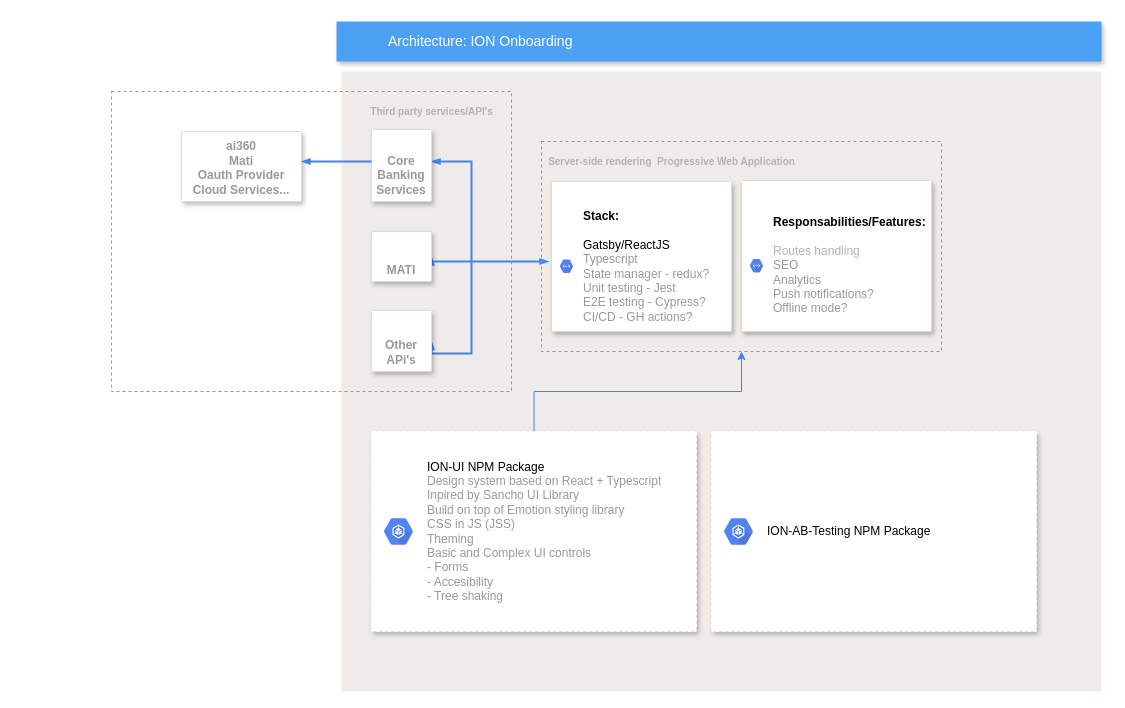
This is src/ION Onboarding Architecture.drawio from axnotliztac10/baraton-store, a draw.io file, before an edit. Source tidied: cells renumbered, new cells numbered last; positions are measured from the earlier drawing's top-left corner, leaving out a move shared by most shapes. Both pictures are drawn from the tidied source at 100%, with x=0, y=0 at pixel (111, 21).
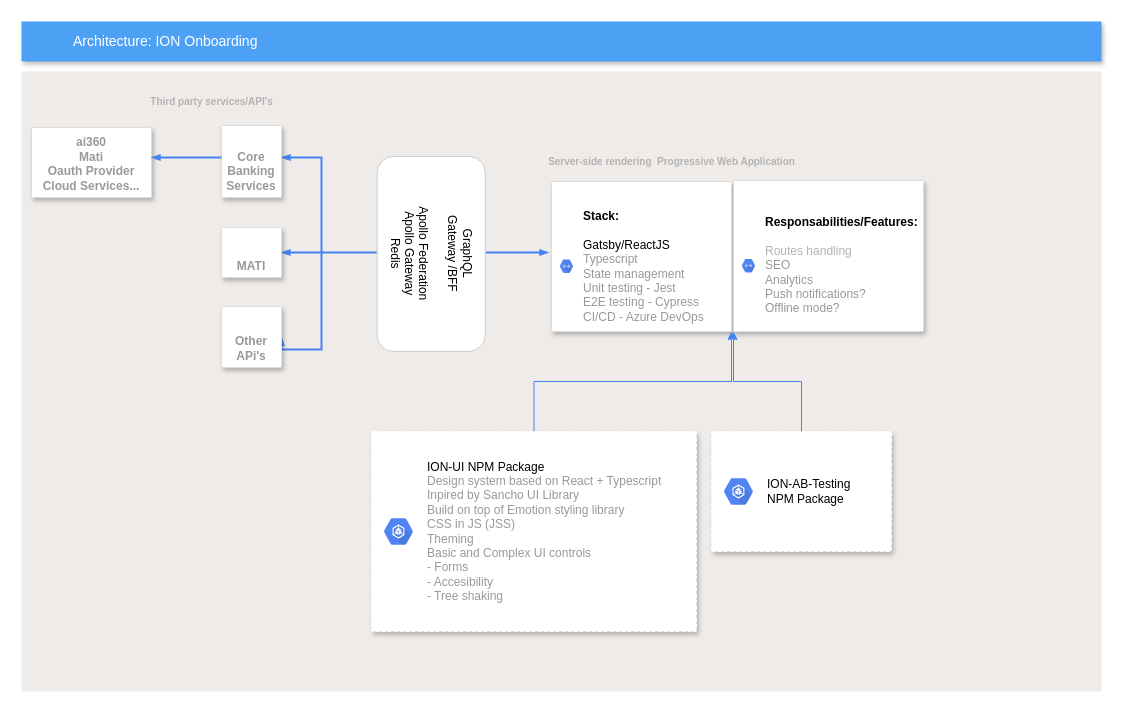
After the change.

The change refers to these unchanged cells:
```xml
<mxCell id="4" style="strokeColor=#dddddd;fillColor=#ffffff;shadow=1;strokeWidth=1;rounded=1;absoluteArcSize=1;arcSize=2;fontSize=14;fontColor=#808080;align=left;html=1;" parent="1" vertex="1">
  <mxGeometry x="440" y="160" width="180" height="150" as="geometry" />
</mxCell>
<mxCell id="20" style="shadow=1;strokeWidth=1;rounded=1;absoluteArcSize=1;arcSize=2;dashed=1;fontSize=10;strokeColor=#FFFFFF;" parent="1" vertex="1">
  <mxGeometry x="260" y="410" width="325" height="200" as="geometry" />
</mxCell>
```

Change to the diagram source:
```diff
@@
+    <mxCell id="17" style="whiteSpace=wrap;html=1;strokeWidth=1;fontSize=10;fillColor=none;dashed=1;strokeColor=#999999;" parent="1" vertex="1">
+      <mxGeometry x="440" y="120" width="400" height="210" as="geometry" />
+    </mxCell>
     <mxCell id="2" style="rounded=1;absoluteArcSize=1;arcSize=2;html=1;strokeColor=none;gradientColor=none;shadow=0;dashed=0;fontSize=12;fontColor=#9E9E9E;align=left;verticalAlign=top;spacing=10;spacingTop=-4;fillColor=#EFEBE9;" parent="1" vertex="1">
-      <mxGeometry x="230" y="50" width="760" height="620" as="geometry" />
+      <mxGeometry x="-90" y="50" width="1080" height="620" as="geometry" />
     </mxCell>
     <mxCell id="3" value="Architecture: ION Onboarding&amp;nbsp;" style="fillColor=#4DA1F5;strokeColor=none;shadow=1;gradientColor=none;fontSize=14;align=left;spacingLeft=50;fontColor=#ffffff;html=1;" parent="1" vertex="1">
-      <mxGeometry x="225" width="765" height="40" as="geometry" />
+      <mxGeometry x="-90" width="1080" height="40" as="geometry" />
     </mxCell>
@@
-    <mxCell id="5" value="&lt;font color=&quot;#000000&quot;&gt;&lt;b&gt;Stack:&lt;/b&gt;&lt;br&gt;&lt;br&gt;Gatsby/ReactJS&lt;br&gt;&lt;/font&gt;Typescript&lt;br&gt;State manager - redux?&lt;br&gt;Unit testing - Jest&lt;br&gt;E2E testing - Cypress?&lt;br&gt;CI/CD - GH actions?" style="dashed=0;html=1;fillColor=#5184F3;strokeColor=none;shape=mxgraph.gcp2.hexIcon;prIcon=cloud_endpoints;labelPosition=right;verticalLabelPosition=middle;align=left;verticalAlign=middle;spacingLeft=5;fontColor=#999999;fontSize=12;" parent="4" vertex="1">
+    <mxCell id="5" value="&lt;font color=&quot;#000000&quot;&gt;&lt;b&gt;Stack:&lt;/b&gt;&lt;br&gt;&lt;br&gt;Gatsby/ReactJS&lt;br&gt;&lt;/font&gt;Typescript&lt;br&gt;State management&lt;br&gt;Unit testing - Jest&lt;br&gt;E2E testing - Cypress&lt;br&gt;CI/CD - Azure DevOps" style="dashed=0;html=1;fillColor=#5184F3;strokeColor=none;shape=mxgraph.gcp2.hexIcon;prIcon=cloud_endpoints;labelPosition=right;verticalLabelPosition=middle;align=left;verticalAlign=middle;spacingLeft=5;fontColor=#999999;fontSize=12;" parent="4" vertex="1">
       <mxGeometry y="0.5" width="20" height="19.5" relative="1" as="geometry">
         <mxPoint x="5" as="offset" />
       </mxGeometry>
     </mxCell>
     <mxCell id="6" style="edgeStyle=orthogonalEdgeStyle;fontSize=12;html=1;endArrow=blockThin;endFill=1;rounded=0;strokeWidth=2;endSize=4;startSize=4;dashed=0;strokeColor=#4284F3;startArrow=blockThin;startFill=1;exitX=1;exitY=0.5;exitDx=0;exitDy=0;" parent="1" edge="1" source="9">
       <mxGeometry relative="1" as="geometry">
-        <mxPoint x="437" y="240" as="targetPoint" />
+        <mxPoint x="437" y="231" as="targetPoint" />
         <Array as="points">
-          <mxPoint x="320" y="240" />
+          <mxPoint x="437" y="231" />
         </Array>
       </mxGeometry>
     </mxCell>
     <mxCell id="7" style="fontSize=12;html=1;endArrow=blockThin;endFill=1;rounded=0;strokeWidth=2;endSize=4;startSize=4;dashed=0;strokeColor=#4284F3;startArrow=blockThin;startFill=1;edgeStyle=orthogonalEdgeStyle;entryX=1;entryY=0.5;entryDx=0;entryDy=0;" parent="1" edge="1" target="10">
       <mxGeometry relative="1" as="geometry">
-        <mxPoint x="320" y="140" as="sourcePoint" />
+        <mxPoint x="170" y="136" as="sourcePoint" />
         <Array as="points">
-          <mxPoint x="360" y="140" />
-          <mxPoint x="360" y="332" />
+          <mxPoint x="210" y="136" />
+          <mxPoint x="210" y="328" />
         </Array>
       </mxGeometry>
     </mxCell>
     <mxCell id="8" value="Core Banking Services" style="strokeColor=#dddddd;fillColor=#ffffff;shadow=1;strokeWidth=1;rounded=1;absoluteArcSize=1;arcSize=2;labelPosition=center;verticalLabelPosition=middle;align=center;verticalAlign=bottom;spacingLeft=0;fontColor=#999999;fontSize=12;whiteSpace=wrap;spacingBottom=2;html=1;fontStyle=1;" parent="1" vertex="1">
-      <mxGeometry x="260" y="108" width="60" height="72" as="geometry" />
+      <mxGeometry x="110" y="104" width="60" height="72" as="geometry" />
     </mxCell>
     <mxCell id="9" value="MATI" style="strokeColor=#dddddd;fillColor=#ffffff;shadow=1;strokeWidth=1;rounded=1;absoluteArcSize=1;arcSize=2;labelPosition=center;verticalLabelPosition=middle;align=center;verticalAlign=bottom;spacingLeft=0;fontColor=#999999;fontSize=12;whiteSpace=wrap;spacingBottom=2;html=1;fontStyle=1;" parent="1" vertex="1">
-      <mxGeometry x="260" y="210" width="60" height="50" as="geometry" />
+      <mxGeometry x="110" y="206" width="60" height="50" as="geometry" />
     </mxCell>
     <mxCell id="10" value="&lt;b&gt;Other APi's&lt;/b&gt;" style="strokeColor=#dddddd;fillColor=#ffffff;shadow=1;strokeWidth=1;rounded=1;absoluteArcSize=1;arcSize=2;labelPosition=center;verticalLabelPosition=middle;align=center;verticalAlign=bottom;spacingLeft=0;fontColor=#999999;fontSize=12;whiteSpace=wrap;spacingBottom=2;html=1;" parent="1" vertex="1">
-      <mxGeometry x="260" y="289" width="60" height="61" as="geometry" />
+      <mxGeometry x="110" y="285" width="60" height="61" as="geometry" />
     </mxCell>
     <mxCell id="11" value="&lt;font style=&quot;font-size: 10px;&quot; color=&quot;#b3b3b3&quot;&gt;&lt;b style=&quot;font-size: 10px;&quot;&gt;Third party services/API's&lt;/b&gt;&lt;/font&gt;" style="text;html=1;align=center;verticalAlign=middle;strokeWidth=4;fontSize=10;" parent="1" vertex="1">
-      <mxGeometry x="250" y="80" width="140" height="20" as="geometry" />
+      <mxGeometry x="30" y="70" width="140" height="20" as="geometry" />
     </mxCell>
@@
     <mxCell id="13" value="ai360&lt;br&gt;Mati&lt;br&gt;Oauth Provider&lt;br&gt;Cloud Services..." style="strokeColor=#dddddd;fillColor=#ffffff;shadow=1;strokeWidth=1;rounded=1;absoluteArcSize=1;arcSize=2;labelPosition=center;verticalLabelPosition=middle;align=center;verticalAlign=bottom;spacingLeft=0;fontColor=#999999;fontSize=12;whiteSpace=wrap;spacingBottom=2;html=1;fontStyle=1;" parent="1" vertex="1">
-      <mxGeometry x="70" y="110" width="120" height="70" as="geometry" />
+      <mxGeometry x="-80" y="106" width="120" height="70" as="geometry" />
     </mxCell>
     <mxCell id="14" style="edgeStyle=orthogonalEdgeStyle;fontSize=12;html=1;endArrow=blockThin;endFill=1;rounded=0;strokeWidth=2;endSize=4;startSize=4;dashed=0;strokeColor=#4284F3;" parent="1" edge="1">
       <mxGeometry relative="1" as="geometry">
-        <mxPoint x="260" y="140" as="sourcePoint" />
-        <mxPoint x="190" y="140" as="targetPoint" />
+        <mxPoint x="110" y="136" as="sourcePoint" />
+        <mxPoint x="40" y="136" as="targetPoint" />
       </mxGeometry>
     </mxCell>
     <mxCell id="15" style="strokeColor=#dddddd;fillColor=#ffffff;shadow=1;strokeWidth=1;rounded=1;absoluteArcSize=1;arcSize=2;fontSize=14;fontColor=#808080;align=left;html=1;" parent="1" vertex="1">
-      <mxGeometry x="630" y="159" width="190" height="151" as="geometry" />
+      <mxGeometry x="622" y="159" width="190" height="151" as="geometry" />
     </mxCell>
@@
-    <mxCell id="17" style="whiteSpace=wrap;html=1;strokeWidth=1;fontSize=10;fillColor=none;dashed=1;strokeColor=#999999;" parent="1" vertex="1">
-      <mxGeometry x="430" y="120" width="400" height="210" as="geometry" />
-    </mxCell>
-    <mxCell id="18" style="whiteSpace=wrap;html=1;strokeWidth=1;fontSize=10;fillColor=none;dashed=1;strokeColor=#999999;" parent="1" vertex="1">
-      <mxGeometry y="70" width="400" height="300" as="geometry" />
-    </mxCell>
-    <mxCell id="19" style="edgeStyle=orthogonalEdgeStyle;rounded=0;jettySize=auto;html=1;fontSize=10;fillColor=#dae8fc;strokeColor=#4284F3;" parent="1" edge="1" source="20" target="17">
+    <mxCell id="19" style="edgeStyle=orthogonalEdgeStyle;rounded=0;jettySize=auto;html=1;fontSize=10;fillColor=#dae8fc;strokeColor=#4284F3;entryX=1;entryY=1;entryDx=0;entryDy=0;" parent="1" edge="1" source="20" target="4">
       <mxGeometry relative="1" as="geometry" />
     </mxCell>
@@
+    <mxCell id="24" style="edgeStyle=orthogonalEdgeStyle;rounded=0;jettySize=auto;html=1;entryX=0;entryY=1;entryDx=0;entryDy=0;strokeColor=#4284F3;" parent="1" edge="1" source="22" target="15">
+      <mxGeometry relative="1" as="geometry" />
+    </mxCell>
     <mxCell id="22" style="shadow=1;strokeWidth=1;rounded=1;absoluteArcSize=1;arcSize=2;dashed=1;fontSize=10;strokeColor=#FFFFFF;" parent="1" vertex="1">
-      <mxGeometry x="600" y="410" width="325" height="200" as="geometry" />
+      <mxGeometry x="600" y="410" width="180" height="120" as="geometry" />
     </mxCell>
-    <mxCell id="23" value="&lt;font color=&quot;#000000&quot;&gt;ION-AB-Testing NPM Package&lt;/font&gt;&lt;br&gt;" style="dashed=0;html=1;fillColor=#5184F3;strokeColor=none;shape=mxgraph.gcp2.hexIcon;prIcon=container_engine;labelPosition=right;verticalLabelPosition=middle;align=left;verticalAlign=middle;spacingLeft=5;fontColor=#999999;fontSize=12;" parent="22" vertex="1">
+    <mxCell id="23" value="&lt;font color=&quot;#000000&quot;&gt;ION-AB-Testing&lt;br&gt;NPM Package&lt;/font&gt;" style="dashed=0;html=1;fillColor=#5184F3;strokeColor=none;shape=mxgraph.gcp2.hexIcon;prIcon=container_engine;labelPosition=right;verticalLabelPosition=middle;align=left;verticalAlign=middle;spacingLeft=5;fontColor=#999999;fontSize=12;" parent="22" vertex="1">
       <mxGeometry y="0.5" width="44" height="39" relative="1" as="geometry">
         <mxPoint x="5" y="-19.5" as="offset" />
       </mxGeometry>
     </mxCell>
+    <mxCell id="25" value="GraphQL&lt;br&gt;Gateway /BFF&lt;br&gt;&lt;br&gt;Apollo Federation&lt;br&gt;Apollo Gateway&lt;br&gt;Redis" style="rounded=1;whiteSpace=wrap;html=1;rotation=90;strokeColor=#CCCCCC;" parent="1" vertex="1">
+      <mxGeometry x="222.2" y="178.4" width="195" height="108.1" as="geometry" />
+    </mxCell>
```
